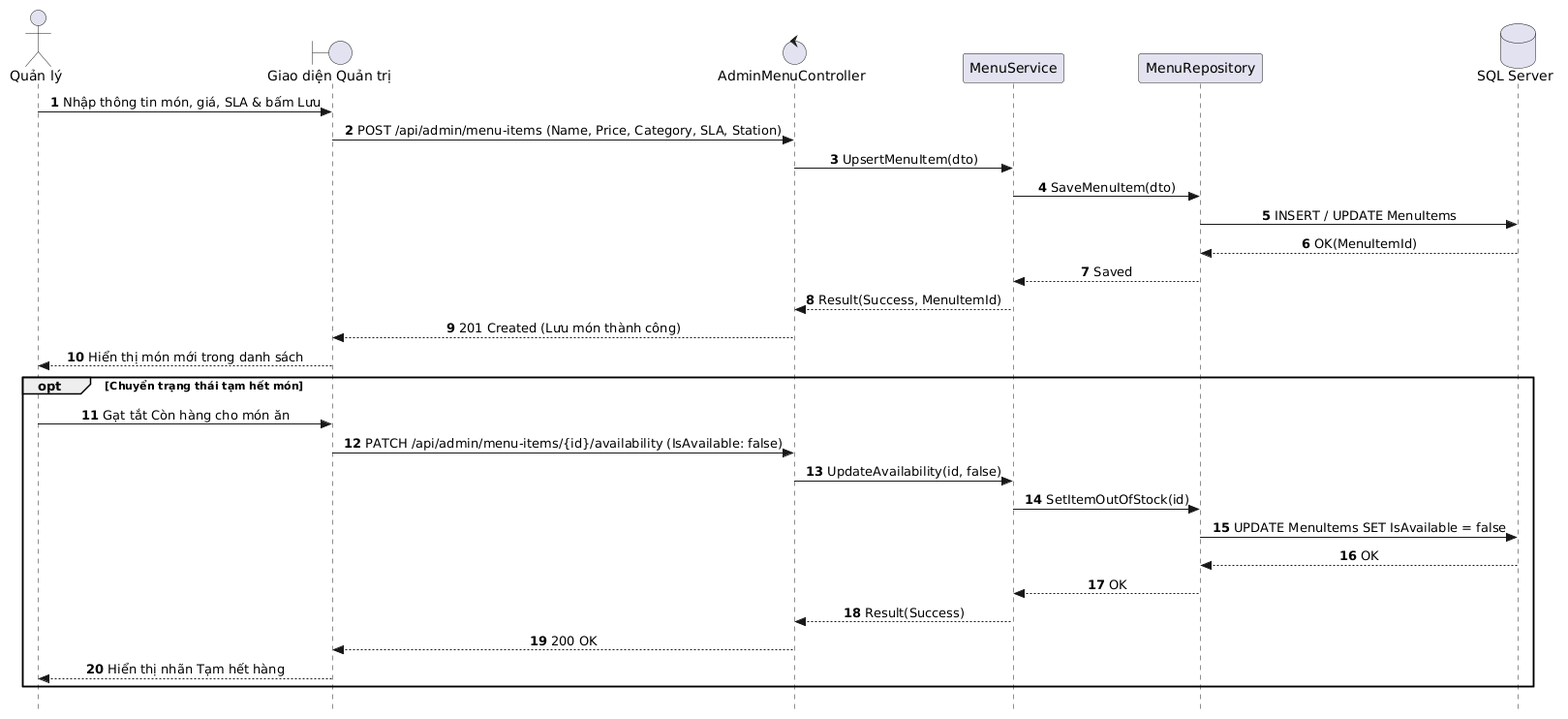
The PlantUML diagram out/docs/puml/sequences/SD_UC_A1_Menu_PrepSLA/SD_UC_A1_Menu_PrepSLA.png in AndrewQng/VinDining, before a commit.
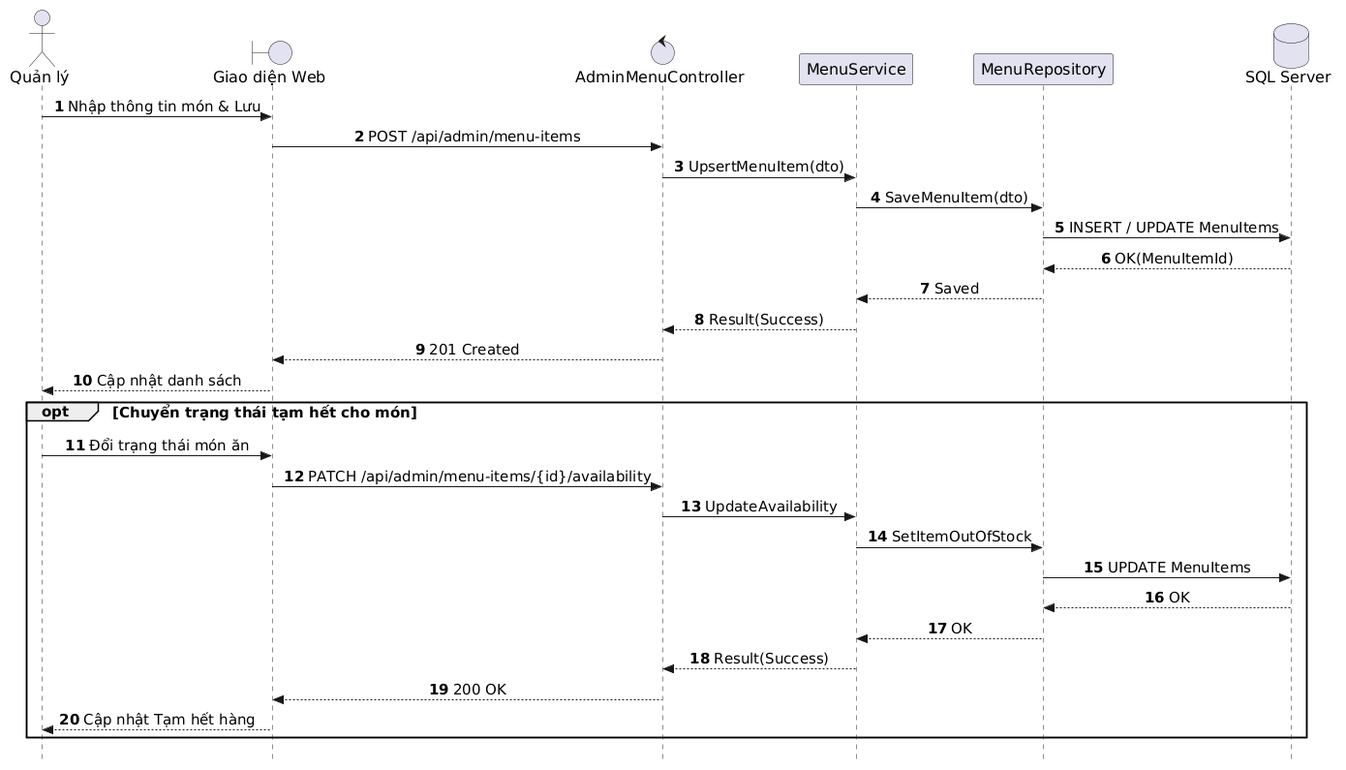
After the change.

Change to the diagram source:
```diff
@@ -3,35 +3,42 @@
 skinparam style strictuml
 skinparam sequenceMessageAlign center
 skinparam responseMessageBelowArrow true
+skinparam defaultFontName "Segoe UI", Arial, sans-serif
+skinparam defaultFontSize 16
+skinparam sequenceActorFontSize 16
+skinparam sequenceParticipantFontSize 16
+skinparam sequenceArrowFontSize 15
+skinparam sequenceGroupFontSize 15
+skinparam sequenceGroupHeaderFontSize 15
 
 actor "Quản lý" as Manager
-boundary "Giao diện Quản trị" as UI
+boundary "Giao diện Web" as UI
 control "AdminMenuController" as Controller
 participant "MenuService" as Service
 participant "MenuRepository" as Repo
 database "SQL Server" as DB
 
-Manager -> UI: Nhập thông tin món, giá, SLA & bấm Lưu
-UI -> Controller: POST /api/admin/menu-items (Name, Price, Category, SLA, Station)
+Manager -> UI: Nhập thông tin món & Lưu
+UI -> Controller: POST /api/admin/menu-items
 Controller -> Service: UpsertMenuItem(dto)
 Service -> Repo: SaveMenuItem(dto)
 Repo -> DB: INSERT / UPDATE MenuItems
 DB --> Repo: OK(MenuItemId)
 Repo --> Service: Saved
-Service --> Controller: Result(Success, MenuItemId)
-Controller --> UI: 201 Created (Lưu món thành công)
-UI --> Manager: Hiển thị món mới trong danh sách
+Service --> Controller: Result(Success)
+Controller --> UI: 201 Created
+UI --> Manager: Cập nhật danh sách
 
-opt Chuyển trạng thái tạm hết món
-    Manager -> UI: Gạt tắt Còn hàng cho món ăn
-    UI -> Controller: PATCH /api/admin/menu-items/{id}/availability (IsAvailable: false)
-    Controller -> Service: UpdateAvailability(id, false)
-    Service -> Repo: SetItemOutOfStock(id)
-    Repo -> DB: UPDATE MenuItems SET IsAvailable = false
+opt Chuyển trạng thái tạm hết cho món
+    Manager -> UI: Đổi trạng thái món ăn
+    UI -> Controller: PATCH /api/admin/menu-items/{id}/availability
+    Controller -> Service: UpdateAvailability
+    Service -> Repo: SetItemOutOfStock
+    Repo -> DB: UPDATE MenuItems
     DB --> Repo: OK
     Repo --> Service: OK
     Service --> Controller: Result(Success)
     Controller --> UI: 200 OK
-    UI --> Manager: Hiển thị nhãn Tạm hết hàng
+    UI --> Manager: Cập nhật Tạm hết hàng
 end
 @enduml
```
